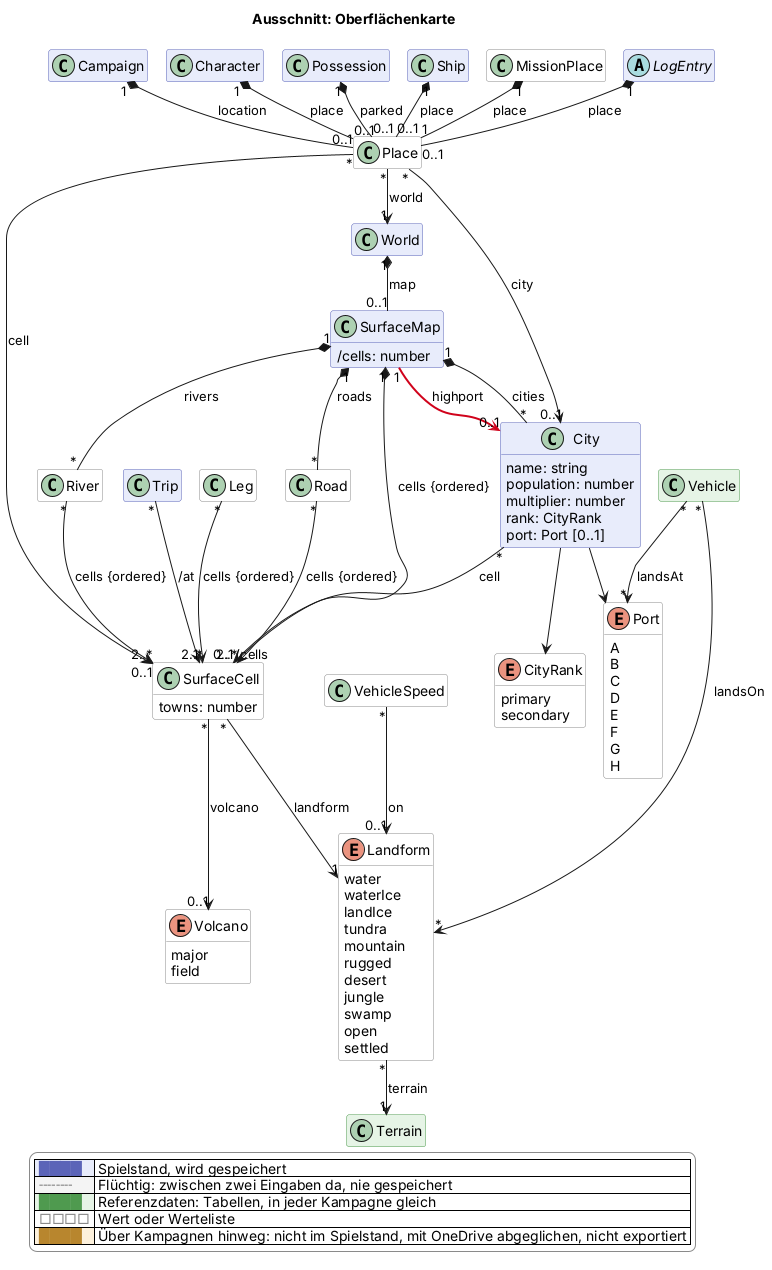
Before: docs/views/oberflaeche.png, a diagram exported from PlantUML (scuzzar/SRE).
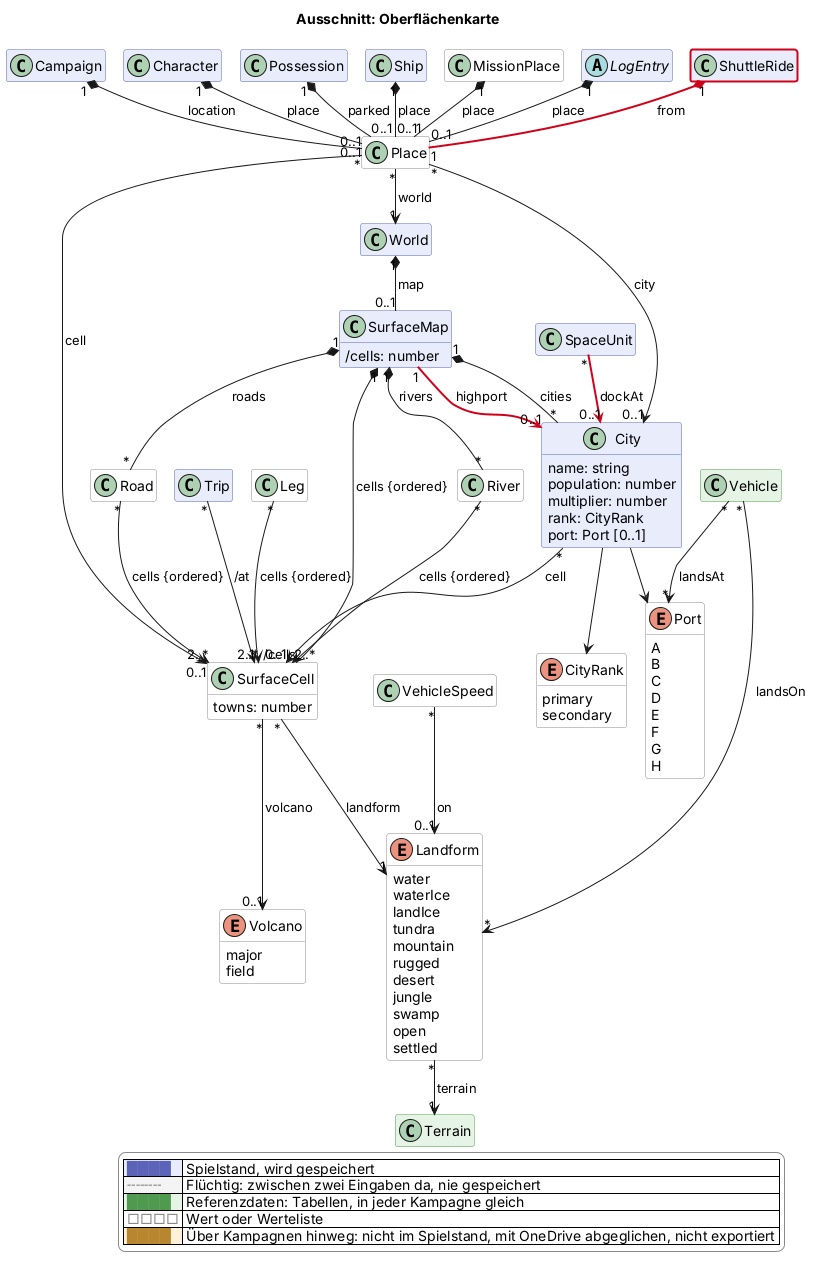
The same file after the commit.

Diff of the diagram source:
```diff
@@ -76,6 +76,7 @@
   class Ship $schiffe
 
 
+  class SpaceUnit $raum
 
 
   class World $sektor
@@ -84,6 +85,7 @@
 
   abstract class LogEntry $probe
 
+  class ShuttleRide $reise $newClass("2026-11-28b")
 
   class Terrain <<reference>> $begegnung
 
@@ -147,7 +149,9 @@
 Ship "1" *-- "0..1" Place : place
 
 
+SpaceUnit "*" -$newArrow("2026-11-28b")-> "0..1" City : dockAt
 
+ShuttleRide "1" *-$newArrow("2026-11-28b")- "1" Place : from
 
 Character "1" *-- "0..1" Place : place
 MissionPlace "1" *-- "1" Place : place
```
